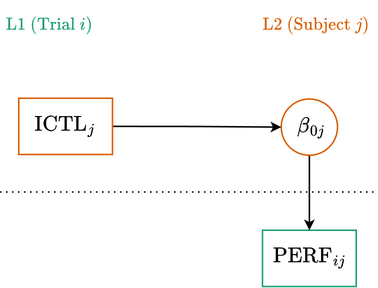
jmgirard/psyc894 keeps this draw.io diagram as diagrams/repeated_measures.png. Above is the earlier version. Source tidied: cells renumbered, new cells last; positions are measured from the earlier drawing's top-left corner, leaving out a move shared by most shapes. The source it was exported from:
```xml
<mxGraphModel math="1">
  <root>
    <mxCell id="0" />
    <mxCell id="1" parent="0" />
    <mxCell id="2" value="$$\text{PERF}_{ij}$$" style="rounded=0;whiteSpace=wrap;html=1;fontSize=12;strokeWidth=1;fontFamily=Lucida Console;strokeColor=#1B9E77;" parent="1" vertex="1">
      <mxGeometry x="175" y="150.5" width="62.5" height="37.5" as="geometry" />
    </mxCell>
    <mxCell id="3" style="edgeStyle=orthogonalEdgeStyle;rounded=0;jettySize=auto;html=1;entryX=0.5;entryY=0;entryDx=0;entryDy=0;strokeWidth=1;strokeColor=#000000;startSize=4;endSize=4;" parent="1" edge="1" source="5" target="2">
      <mxGeometry relative="1" as="geometry" />
    </mxCell>
    <mxCell id="4" style="endArrow=none;dashed=1;html=1;dashPattern=1 3;strokeWidth=1;rounded=0;" parent="1" edge="1">
      <mxGeometry relative="1" as="geometry">
        <mxPoint y="125" as="sourcePoint" />
        <mxPoint x="250" y="125" as="targetPoint" />
      </mxGeometry>
    </mxCell>
    <mxCell id="5" value="$$\beta_{0j}$$" style="ellipse;whiteSpace=wrap;html=1;strokeWidth=1;strokeColor=#D95F02;fontSize=12;fontFamily=Lucida Console;" parent="1" vertex="1">
      <mxGeometry x="187.5" y="63" width="37.5" height="37.5" as="geometry" />
    </mxCell>
    <mxCell id="6" value="$$\text{L2 (Subject }j)$$" style="text;html=1;whiteSpace=wrap;strokeColor=none;fillColor=none;align=right;verticalAlign=middle;rounded=0;fontSize=10;fontColor=#D95F02;" parent="1" vertex="1">
      <mxGeometry x="125" width="125" height="25" as="geometry" />
    </mxCell>
    <mxCell id="7" value="$$\text{L1 (Trial }i)$$" style="text;html=1;whiteSpace=wrap;strokeColor=none;fillColor=none;align=left;verticalAlign=middle;rounded=0;fontSize=10;fontColor=#1B9E77;" parent="1" vertex="1">
      <mxGeometry width="125" height="25" as="geometry" />
    </mxCell>
    <mxCell id="8" style="edgeStyle=orthogonalEdgeStyle;rounded=0;jettySize=auto;html=1;exitX=1;exitY=0.5;exitDx=0;exitDy=0;entryX=0;entryY=0.5;entryDx=0;entryDy=0;startSize=4;endSize=4;" parent="1" edge="1" source="9" target="5">
      <mxGeometry relative="1" as="geometry" />
    </mxCell>
    <mxCell id="9" value="$$\text{ICTL}_j$$" style="rounded=0;whiteSpace=wrap;html=1;fontSize=12;strokeWidth=1;fontFamily=Lucida Console;strokeColor=#D95F02;" parent="1" vertex="1">
      <mxGeometry x="12.5" y="62.5" width="62.5" height="37.5" as="geometry" />
    </mxCell>
  </root>
</mxGraphModel>
```
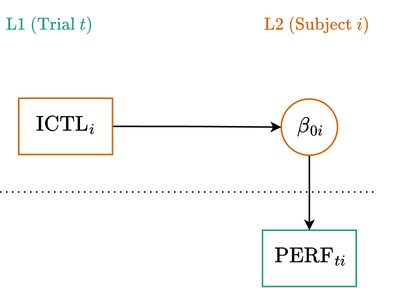
Above is the later version.

The edit, as a diff of the source:
```diff
@@ -2,7 +2,7 @@
   <root>
     <mxCell id="0" />
     <mxCell id="1" parent="0" />
-    <mxCell id="2" value="$$\text{PERF}_{ij}$$" style="rounded=0;whiteSpace=wrap;html=1;fontSize=12;strokeWidth=1;fontFamily=Lucida Console;strokeColor=#1B9E77;" parent="1" vertex="1">
+    <mxCell id="2" value="$$\text{PERF}_{ti}$$" style="rounded=0;whiteSpace=wrap;html=1;fontSize=12;strokeWidth=1;fontFamily=Lucida Console;strokeColor=#1B9E77;" parent="1" vertex="1">
       <mxGeometry x="175" y="150.5" width="62.5" height="37.5" as="geometry" />
     </mxCell>
     <mxCell id="3" style="edgeStyle=orthogonalEdgeStyle;rounded=0;jettySize=auto;html=1;entryX=0.5;entryY=0;entryDx=0;entryDy=0;strokeWidth=1;strokeColor=#000000;startSize=4;endSize=4;" parent="1" edge="1" source="5" target="2">
@@ -14,19 +14,19 @@
         <mxPoint x="250" y="125" as="targetPoint" />
       </mxGeometry>
     </mxCell>
-    <mxCell id="5" value="$$\beta_{0j}$$" style="ellipse;whiteSpace=wrap;html=1;strokeWidth=1;strokeColor=#D95F02;fontSize=12;fontFamily=Lucida Console;" parent="1" vertex="1">
+    <mxCell id="5" value="$$\beta_{0i}$$" style="ellipse;whiteSpace=wrap;html=1;strokeWidth=1;strokeColor=#D95F02;fontSize=12;fontFamily=Lucida Console;" parent="1" vertex="1">
       <mxGeometry x="187.5" y="63" width="37.5" height="37.5" as="geometry" />
     </mxCell>
-    <mxCell id="6" value="$$\text{L2 (Subject }j)$$" style="text;html=1;whiteSpace=wrap;strokeColor=none;fillColor=none;align=right;verticalAlign=middle;rounded=0;fontSize=10;fontColor=#D95F02;" parent="1" vertex="1">
+    <mxCell id="6" value="$$\text{L2 (Subject }i)$$" style="text;html=1;whiteSpace=wrap;strokeColor=none;fillColor=none;align=right;verticalAlign=middle;rounded=0;fontSize=10;fontColor=#D95F02;" parent="1" vertex="1">
       <mxGeometry x="125" width="125" height="25" as="geometry" />
     </mxCell>
-    <mxCell id="7" value="$$\text{L1 (Trial }i)$$" style="text;html=1;whiteSpace=wrap;strokeColor=none;fillColor=none;align=left;verticalAlign=middle;rounded=0;fontSize=10;fontColor=#1B9E77;" parent="1" vertex="1">
+    <mxCell id="7" value="$$\text{L1 (Trial }t)$$" style="text;html=1;whiteSpace=wrap;strokeColor=none;fillColor=none;align=left;verticalAlign=middle;rounded=0;fontSize=10;fontColor=#1B9E77;" parent="1" vertex="1">
       <mxGeometry width="125" height="25" as="geometry" />
     </mxCell>
     <mxCell id="8" style="edgeStyle=orthogonalEdgeStyle;rounded=0;jettySize=auto;html=1;exitX=1;exitY=0.5;exitDx=0;exitDy=0;entryX=0;entryY=0.5;entryDx=0;entryDy=0;startSize=4;endSize=4;" parent="1" edge="1" source="9" target="5">
       <mxGeometry relative="1" as="geometry" />
     </mxCell>
-    <mxCell id="9" value="$$\text{ICTL}_j$$" style="rounded=0;whiteSpace=wrap;html=1;fontSize=12;strokeWidth=1;fontFamily=Lucida Console;strokeColor=#D95F02;" parent="1" vertex="1">
+    <mxCell id="9" value="$$\text{ICTL}_i$$" style="rounded=0;whiteSpace=wrap;html=1;fontSize=12;strokeWidth=1;fontFamily=Lucida Console;strokeColor=#D95F02;" parent="1" vertex="1">
       <mxGeometry x="12.5" y="62.5" width="62.5" height="37.5" as="geometry" />
     </mxCell>
   </root>
```
